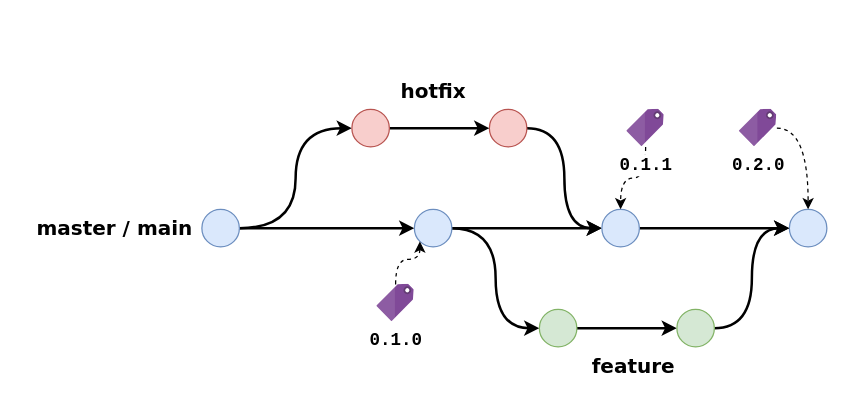
Above: diagrama-github-flow.drawio in mrclalves/desenhos (draw.io), before the change. Source tidied: cells renumbered, new cells numbered last; positions are measured from the earlier drawing's top-left corner, leaving out a move shared by most shapes. Both pictures are drawn from the tidied source at 125%, with x=0, y=0 at pixel (26, 71). Pictures stored in the file or linked from it are replaced by grey dashed boxes.
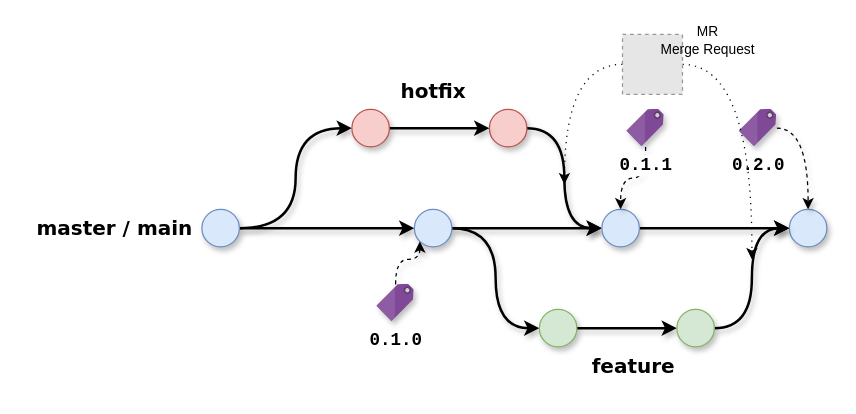
After the change.

The edit, as a diff of the source:
```diff
@@
-    <mxCell id="2" style="edgeStyle=orthogonalEdgeStyle;rounded=0;jettySize=auto;html=1;strokeWidth=2;" parent="1" edge="1" source="4" target="10">
+    <mxCell id="2" style="edgeStyle=orthogonalEdgeStyle;rounded=0;jettySize=auto;html=1;strokeWidth=2;shadow=1;" parent="1" edge="1" source="4" target="10">
       <mxGeometry relative="1" as="geometry" />
     </mxCell>
-    <mxCell id="3" style="edgeStyle=orthogonalEdgeStyle;rounded=0;jettySize=auto;html=1;entryX=0;entryY=0.5;entryDx=0;entryDy=0;curved=1;strokeWidth=2;" parent="1" edge="1" source="4" target="17">
+    <mxCell id="3" style="edgeStyle=orthogonalEdgeStyle;rounded=0;jettySize=auto;html=1;entryX=0;entryY=0.5;entryDx=0;entryDy=0;curved=1;strokeWidth=2;shadow=1;" parent="1" edge="1" source="4" target="17">
       <mxGeometry relative="1" as="geometry" />
     </mxCell>
-    <mxCell id="4" style="ellipse;whiteSpace=wrap;html=1;fillColor=#dae8fc;strokeColor=#6c8ebf;" parent="1" vertex="1">
+    <mxCell id="4" style="ellipse;whiteSpace=wrap;html=1;fillColor=#dae8fc;strokeColor=#6c8ebf;shadow=1;" parent="1" vertex="1">
       <mxGeometry x="140" y="110" width="30" height="30" as="geometry" />
     </mxCell>
-    <mxCell id="5" value="master / main" style="text;html=1;align=center;verticalAlign=middle;strokeColor=none;fillColor=none;fontStyle=1;fontFamily=Verdana;fontSize=16;" parent="1" vertex="1">
+    <mxCell id="5" value="master / main" style="text;html=1;align=center;verticalAlign=middle;strokeColor=none;fillColor=none;fontStyle=1;fontFamily=Verdana;fontSize=16;shadow=1;glass=0;rounded=1;" parent="1" vertex="1">
       <mxGeometry y="110" width="140" height="30" as="geometry" />
     </mxCell>
-    <mxCell id="6" style="edgeStyle=orthogonalEdgeStyle;rounded=0;jettySize=auto;html=1;entryX=0;entryY=0.5;entryDx=0;entryDy=0;curved=1;strokeWidth=2;" parent="1" edge="1" source="7" target="19">
+    <mxCell id="6" style="edgeStyle=orthogonalEdgeStyle;rounded=0;jettySize=auto;html=1;entryX=0;entryY=0.5;entryDx=0;entryDy=0;curved=1;strokeWidth=2;shadow=1;" parent="1" edge="1" source="7" target="19">
       <mxGeometry relative="1" as="geometry" />
     </mxCell>
-    <mxCell id="7" style="ellipse;whiteSpace=wrap;html=1;fillColor=#f8cecc;strokeColor=#b85450;" parent="1" vertex="1">
+    <mxCell id="7" style="ellipse;whiteSpace=wrap;html=1;fillColor=#f8cecc;strokeColor=#b85450;shadow=1;" parent="1" vertex="1">
       <mxGeometry x="370" y="30" width="30" height="30" as="geometry" />
     </mxCell>
-    <mxCell id="8" style="edgeStyle=orthogonalEdgeStyle;rounded=0;jettySize=auto;html=1;strokeWidth=2;" parent="1" edge="1" source="10" target="19">
+    <mxCell id="8" style="edgeStyle=orthogonalEdgeStyle;rounded=0;jettySize=auto;html=1;strokeWidth=2;shadow=1;" parent="1" edge="1" source="10" target="19">
       <mxGeometry relative="1" as="geometry" />
     </mxCell>
-    <mxCell id="9" style="edgeStyle=orthogonalEdgeStyle;rounded=0;jettySize=auto;html=1;entryX=0;entryY=0.5;entryDx=0;entryDy=0;curved=1;strokeWidth=2;" parent="1" edge="1" source="10" target="12">
+    <mxCell id="9" style="edgeStyle=orthogonalEdgeStyle;rounded=0;jettySize=auto;html=1;entryX=0;entryY=0.5;entryDx=0;entryDy=0;curved=1;strokeWidth=2;shadow=1;" parent="1" edge="1" source="10" target="12">
       <mxGeometry relative="1" as="geometry" />
     </mxCell>
-    <mxCell id="10" style="ellipse;whiteSpace=wrap;html=1;fillColor=#dae8fc;strokeColor=#6c8ebf;" parent="1" vertex="1">
+    <mxCell id="10" style="ellipse;whiteSpace=wrap;html=1;fillColor=#dae8fc;strokeColor=#6c8ebf;shadow=1;" parent="1" vertex="1">
       <mxGeometry x="310" y="110" width="30" height="30" as="geometry" />
     </mxCell>
-    <mxCell id="11" style="edgeStyle=orthogonalEdgeStyle;rounded=0;jettySize=auto;html=1;entryX=0;entryY=0.5;entryDx=0;entryDy=0;strokeWidth=2;" parent="1" edge="1" source="12" target="14">
+    <mxCell id="11" style="edgeStyle=orthogonalEdgeStyle;rounded=0;jettySize=auto;html=1;entryX=0;entryY=0.5;entryDx=0;entryDy=0;strokeWidth=2;shadow=1;" parent="1" edge="1" source="12" target="14">
       <mxGeometry relative="1" as="geometry" />
     </mxCell>
-    <mxCell id="12" style="ellipse;whiteSpace=wrap;html=1;fillColor=#d5e8d4;strokeColor=#82b366;" parent="1" vertex="1">
+    <mxCell id="12" style="ellipse;whiteSpace=wrap;html=1;fillColor=#d5e8d4;strokeColor=#82b366;shadow=1;" parent="1" vertex="1">
       <mxGeometry x="410" y="190" width="30" height="30" as="geometry" />
     </mxCell>
-    <mxCell id="13" style="edgeStyle=orthogonalEdgeStyle;rounded=0;jettySize=auto;html=1;entryX=0;entryY=0.5;entryDx=0;entryDy=0;curved=1;strokeWidth=2;" parent="1" edge="1" source="14" target="15">
+    <mxCell id="13" style="edgeStyle=orthogonalEdgeStyle;rounded=0;jettySize=auto;html=1;entryX=0;entryY=0.5;entryDx=0;entryDy=0;curved=1;strokeWidth=2;shadow=1;" parent="1" edge="1" source="14" target="15">
       <mxGeometry relative="1" as="geometry" />
     </mxCell>
-    <mxCell id="14" style="ellipse;whiteSpace=wrap;html=1;fillColor=#d5e8d4;strokeColor=#82b366;" parent="1" vertex="1">
+    <mxCell id="14" style="ellipse;whiteSpace=wrap;html=1;fillColor=#d5e8d4;strokeColor=#82b366;shadow=1;" parent="1" vertex="1">
       <mxGeometry x="520" y="190" width="30" height="30" as="geometry" />
     </mxCell>
-    <mxCell id="15" style="ellipse;whiteSpace=wrap;html=1;fillColor=#dae8fc;strokeColor=#6c8ebf;" parent="1" vertex="1">
+    <mxCell id="15" style="ellipse;whiteSpace=wrap;html=1;fillColor=#dae8fc;strokeColor=#6c8ebf;shadow=1;" parent="1" vertex="1">
       <mxGeometry x="610" y="110" width="30" height="30" as="geometry" />
     </mxCell>
-    <mxCell id="16" style="edgeStyle=orthogonalEdgeStyle;rounded=0;jettySize=auto;html=1;strokeWidth=2;" parent="1" edge="1" source="17" target="7">
+    <mxCell id="16" style="edgeStyle=orthogonalEdgeStyle;rounded=0;jettySize=auto;html=1;strokeWidth=2;shadow=1;" parent="1" edge="1" source="17" target="7">
       <mxGeometry relative="1" as="geometry" />
     </mxCell>
-    <mxCell id="17" style="ellipse;whiteSpace=wrap;html=1;fillColor=#f8cecc;strokeColor=#b85450;" parent="1" vertex="1">
+    <mxCell id="17" style="ellipse;whiteSpace=wrap;html=1;fillColor=#f8cecc;strokeColor=#b85450;shadow=1;" parent="1" vertex="1">
       <mxGeometry x="260" y="30" width="30" height="30" as="geometry" />
     </mxCell>
-    <mxCell id="18" style="edgeStyle=orthogonalEdgeStyle;rounded=0;jettySize=auto;html=1;strokeWidth=2;" parent="1" edge="1" source="19" target="15">
+    <mxCell id="18" style="edgeStyle=orthogonalEdgeStyle;rounded=0;jettySize=auto;html=1;strokeWidth=2;shadow=1;" parent="1" edge="1" source="19" target="15">
       <mxGeometry relative="1" as="geometry" />
     </mxCell>
-    <mxCell id="19" style="ellipse;whiteSpace=wrap;html=1;fillColor=#dae8fc;strokeColor=#6c8ebf;" parent="1" vertex="1">
+    <mxCell id="19" style="ellipse;whiteSpace=wrap;html=1;fillColor=#dae8fc;strokeColor=#6c8ebf;shadow=1;" parent="1" vertex="1">
       <mxGeometry x="460" y="110" width="30" height="30" as="geometry" />
     </mxCell>
-    <mxCell id="20" value="hotfix" style="text;html=1;align=center;verticalAlign=middle;strokeColor=none;fillColor=none;fontStyle=1;fontFamily=Verdana;fontSize=16;" parent="1" vertex="1">
+    <mxCell id="20" value="hotfix" style="text;html=1;align=center;verticalAlign=middle;strokeColor=none;fillColor=none;fontStyle=1;fontFamily=Verdana;fontSize=16;shadow=1;glass=0;rounded=1;" parent="1" vertex="1">
       <mxGeometry x="290" width="70" height="30" as="geometry" />
     </mxCell>
-    <mxCell id="21" value="feature" style="text;html=1;align=center;verticalAlign=middle;strokeColor=none;fillColor=none;fontStyle=1;fontFamily=Verdana;fontSize=16;" parent="1" vertex="1">
+    <mxCell id="21" value="feature" style="text;html=1;align=center;verticalAlign=middle;strokeColor=none;fillColor=none;fontStyle=1;fontFamily=Verdana;fontSize=16;shadow=1;glass=0;rounded=1;" parent="1" vertex="1">
       <mxGeometry x="444.5" y="220" width="80" height="30" as="geometry" />
     </mxCell>
-    <mxCell id="22" style="edgeStyle=orthogonalEdgeStyle;rounded=0;jettySize=auto;html=1;entryX=0;entryY=1;entryDx=0;entryDy=0;curved=1;dashed=1;" parent="1" edge="1" source="23" target="10">
+    <mxCell id="22" style="edgeStyle=orthogonalEdgeStyle;rounded=0;jettySize=auto;html=1;entryX=0;entryY=1;entryDx=0;entryDy=0;curved=1;dashed=1;shadow=1;" parent="1" edge="1" source="23" target="10">
       <mxGeometry relative="1" as="geometry" />
     </mxCell>
-    <mxCell id="23" value="&lt;font style=&quot;font-size: 14px;&quot; face=&quot;Courier New&quot;&gt;&lt;b style=&quot;&quot;&gt;0.1.0&lt;/b&gt;&lt;/font&gt;" style="image;sketch=0;html=1;points=[];align=center;fontSize=12;image=img/lib/mscae/Tag.svg;" parent="1" vertex="1">
+    <mxCell id="23" value="&lt;font style=&quot;font-size: 14px;&quot; face=&quot;Courier New&quot;&gt;&lt;b style=&quot;&quot;&gt;0.1.0&lt;/b&gt;&lt;/font&gt;" style="image;sketch=0;html=1;points=[];align=center;fontSize=12;image=img/lib/mscae/Tag.svg;shadow=1;" parent="1" vertex="1">
       <mxGeometry x="280" y="170" width="30" height="30" as="geometry" />
     </mxCell>
-    <mxCell id="24" style="edgeStyle=orthogonalEdgeStyle;rounded=0;jettySize=auto;html=1;entryX=0.5;entryY=0;entryDx=0;entryDy=0;curved=1;dashed=1;" parent="1" edge="1" source="25" target="19">
+    <mxCell id="24" style="edgeStyle=orthogonalEdgeStyle;rounded=0;jettySize=auto;html=1;entryX=0.5;entryY=0;entryDx=0;entryDy=0;curved=1;dashed=1;shadow=1;" parent="1" edge="1" source="25" target="19">
       <mxGeometry relative="1" as="geometry" />
     </mxCell>
-    <mxCell id="25" value="&lt;font style=&quot;font-size: 14px;&quot; face=&quot;Courier New&quot;&gt;&lt;b style=&quot;&quot;&gt;0.1.1&lt;/b&gt;&lt;/font&gt;" style="image;sketch=0;html=1;points=[];align=center;fontSize=12;image=img/lib/mscae/Tag.svg;" parent="1" vertex="1">
+    <mxCell id="25" value="&lt;font style=&quot;font-size: 14px;&quot; face=&quot;Courier New&quot;&gt;&lt;b style=&quot;&quot;&gt;0.1.1&lt;/b&gt;&lt;/font&gt;" style="image;sketch=0;html=1;points=[];align=center;fontSize=12;image=img/lib/mscae/Tag.svg;shadow=1;" parent="1" vertex="1">
       <mxGeometry x="480" y="30" width="30" height="30" as="geometry" />
     </mxCell>
-    <mxCell id="26" style="edgeStyle=orthogonalEdgeStyle;rounded=0;jettySize=auto;html=1;entryX=0.5;entryY=0;entryDx=0;entryDy=0;curved=1;dashed=1;" parent="1" edge="1" source="27" target="15">
+    <mxCell id="26" style="edgeStyle=orthogonalEdgeStyle;rounded=0;jettySize=auto;html=1;entryX=0.5;entryY=0;entryDx=0;entryDy=0;curved=1;dashed=1;shadow=1;" parent="1" edge="1" source="27" target="15">
       <mxGeometry relative="1" as="geometry" />
     </mxCell>
-    <mxCell id="27" value="&lt;font style=&quot;font-size: 14px;&quot; face=&quot;Courier New&quot;&gt;&lt;b style=&quot;&quot;&gt;0.2.0&lt;/b&gt;&lt;/font&gt;" style="image;sketch=0;html=1;points=[];align=center;fontSize=12;image=img/lib/mscae/Tag.svg;" parent="1" vertex="1">
+    <mxCell id="27" value="&lt;font style=&quot;font-size: 14px;&quot; face=&quot;Courier New&quot;&gt;&lt;b style=&quot;&quot;&gt;0.2.0&lt;/b&gt;&lt;/font&gt;" style="image;sketch=0;html=1;points=[];align=center;fontSize=12;image=img/lib/mscae/Tag.svg;shadow=1;" parent="1" vertex="1">
       <mxGeometry x="570" y="30" width="30" height="30" as="geometry" />
     </mxCell>
+    <mxCell id="28" style="edgeStyle=orthogonalEdgeStyle;rounded=0;jettySize=auto;html=1;curved=1;dashed=1;dashPattern=1 4;" parent="1" edge="1" source="30">
+      <mxGeometry relative="1" as="geometry">
+        <mxPoint x="430" y="90" as="targetPoint" />
+      </mxGeometry>
+    </mxCell>
+    <mxCell id="29" style="edgeStyle=orthogonalEdgeStyle;rounded=0;jettySize=auto;html=1;dashed=1;dashPattern=1 4;curved=1;" parent="1" edge="1" source="30">
+      <mxGeometry relative="1" as="geometry">
+        <mxPoint x="580" y="150" as="targetPoint" />
+      </mxGeometry>
+    </mxCell>
+    <mxCell id="30" style="fillColor=#E6E6E6;strokeColor=#999999;dashed=1;html=1;verticalAlign=top;verticalLabelPosition=bottom;labelBackgroundColor=#ffffff;" parent="1" vertex="1">
+      <mxGeometry x="476.5" y="-30" width="48" height="48" as="geometry" />
+    </mxCell>
+    <mxCell id="31" value="MR&lt;div&gt;Merge Request&lt;/div&gt;" style="text;html=1;align=center;verticalAlign=middle;whiteSpace=wrap;rounded=0;fontSize=11;" parent="1" vertex="1">
+      <mxGeometry x="500" y="-40" width="90" height="30" as="geometry" />
+    </mxCell>
```
